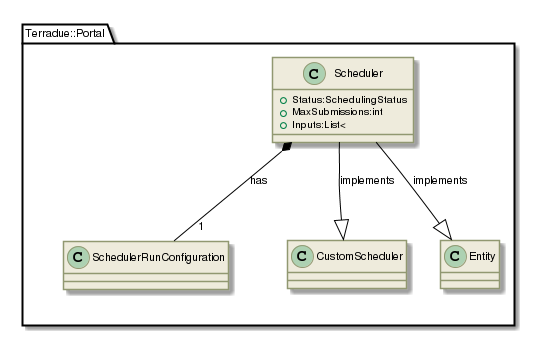
This is _images/plantuml-a80ec9ed55a6626b79e63eaa5b4e0de50a097770.png from Terradue/doc-tep-geohazards-arch, a PlantUML export, as it was before one commit.
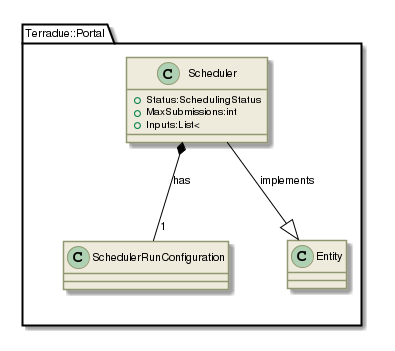
After the change.

Diff of the diagram source:
```diff
@@ -144,7 +144,6 @@
  +Inputs:List<
 }
 Terradue::Portal::Scheduler  *-- "1" Terradue::Portal::SchedulerRunConfiguration : has
-Terradue::Portal::Scheduler  --|>  Terradue::Portal::CustomScheduler : implements
 Terradue::Portal::Scheduler  --|>  Terradue::Portal::Entity : implements
 
 @enduml
```
